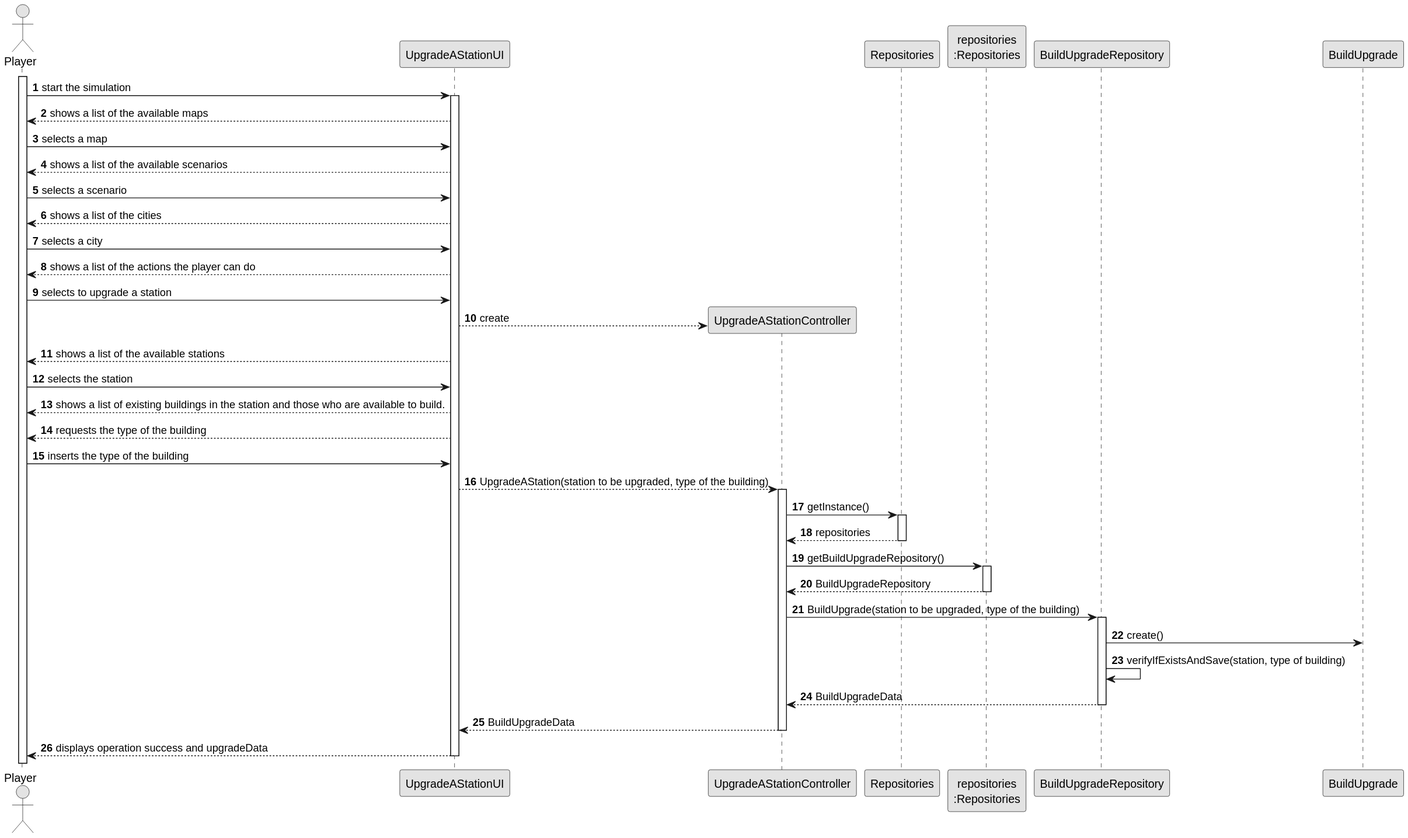
This is docs/sprint2/us005/03.design/svg/us005-sequence-diagram-full.svg from ivasduarte/all-aboard, a PlantUML export, as it was before one commit. Its diagram source:
```plantuml
@startuml
skinparam monochrome true
skinparam packageStyle rectangle
skinparam shadowing false

autonumber

actor "Player" as Editor
participant "UpgradeAStationUI" as UI

activate Editor

Editor -> UI : start the simulation
activate UI

UI --> Editor : shows a list of the available maps
Editor -> UI : selects a map
UI --> Editor : shows a list of the available scenarios
Editor -> UI : selects a scenario
UI --> Editor : shows a list of the cities
Editor -> UI : selects a city
UI --> Editor : shows a list of the actions the player can do
Editor -> UI : selects to upgrade a station

create "UpgradeAStationController" as CTRL
UI --> CTRL : create

participant "Repositories" as RepositorySingleton
participant "repositories\n:Repositories" as PLAT

UI --> Editor : shows a list of the available stations
Editor -> UI : selects the station
UI --> Editor : shows a list of existing buildings in the station and those who are available to build.
UI --> Editor : requests the type of the building
Editor -> UI : inserts the type of the building


UI --> CTRL : UpgradeAStation(station to be upgraded, type of the building)
activate CTRL

CTRL -> RepositorySingleton : getInstance()
activate RepositorySingleton
RepositorySingleton --> CTRL : repositories
deactivate RepositorySingleton

CTRL -> PLAT : getBuildUpgradeRepository()
activate PLAT
PLAT --> CTRL : BuildUpgradeRepository
deactivate PLAT

CTRL -> BuildUpgradeRepository : BuildUpgrade(station to be upgraded, type of the building)
activate BuildUpgradeRepository

create "BuildUpgradeRepository\n:BuildUpgradeRepository" as BuildUpgradeRepository
BuildUpgradeRepository -> BuildUpgrade : create()
BuildUpgradeRepository -> BuildUpgradeRepository : verifyIfExistsAndSave(station, type of building)

BuildUpgradeRepository --> CTRL : BuildUpgradeData
deactivate BuildUpgradeRepository

CTRL --> UI : BuildUpgradeData
deactivate CTRL

UI --> Editor : displays operation success and upgradeData
deactivate UI
@enduml
```
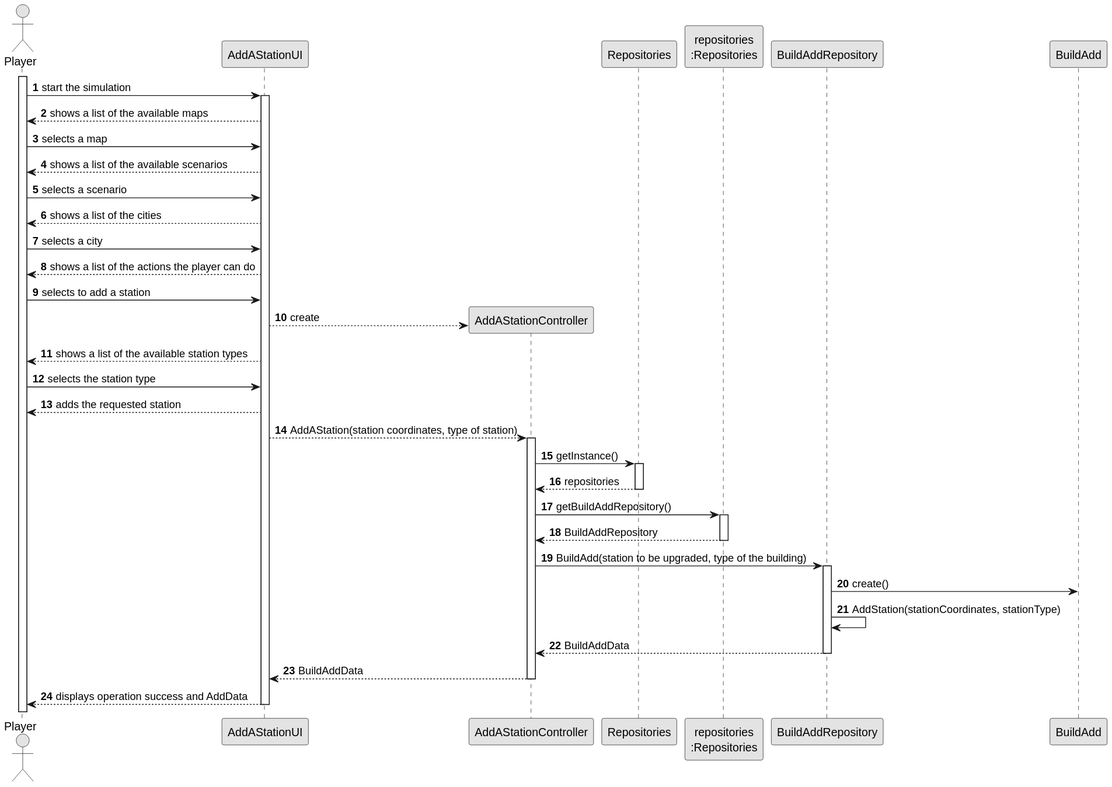
The same diagram one commit later.

Commit message:
US005(docs): Class Diagram Added

Change to the diagram source:
```diff
@@ -6,7 +6,7 @@
 autonumber
 
 actor "Player" as Editor
-participant "UpgradeAStationUI" as UI
+participant "AddAStationUI" as UI
 
 activate Editor
 
@@ -20,22 +20,20 @@
 UI --> Editor : shows a list of the cities
 Editor -> UI : selects a city
 UI --> Editor : shows a list of the actions the player can do
-Editor -> UI : selects to upgrade a station
+Editor -> UI : selects to add a station
 
-create "UpgradeAStationController" as CTRL
+create "AddAStationController" as CTRL
 UI --> CTRL : create
 
 participant "Repositories" as RepositorySingleton
 participant "repositories\n:Repositories" as PLAT
 
-UI --> Editor : shows a list of the available stations
-Editor -> UI : selects the station
-UI --> Editor : shows a list of existing buildings in the station and those who are available to build.
-UI --> Editor : requests the type of the building
-Editor -> UI : inserts the type of the building
+UI --> Editor : shows a list of the available station types
+Editor -> UI : selects the station type
+UI --> Editor : adds the requested station
 
 
-UI --> CTRL : UpgradeAStation(station to be upgraded, type of the building)
+UI --> CTRL : AddAStation(station coordinates, type of station)
 activate CTRL
 
 CTRL -> RepositorySingleton : getInstance()
@@ -43,24 +41,24 @@
 RepositorySingleton --> CTRL : repositories
 deactivate RepositorySingleton
 
-CTRL -> PLAT : getBuildUpgradeRepository()
+CTRL -> PLAT : getBuildAddRepository()
 activate PLAT
-PLAT --> CTRL : BuildUpgradeRepository
+PLAT --> CTRL : BuildAddRepository
 deactivate PLAT
 
-CTRL -> BuildUpgradeRepository : BuildUpgrade(station to be upgraded, type of the building)
-activate BuildUpgradeRepository
+CTRL -> BuildAddRepository : BuildAdd(station to be upgraded, type of the building)
+activate BuildAddRepository
 
-create "BuildUpgradeRepository\n:BuildUpgradeRepository" as BuildUpgradeRepository
-BuildUpgradeRepository -> BuildUpgrade : create()
-BuildUpgradeRepository -> BuildUpgradeRepository : verifyIfExistsAndSave(station, type of building)
+create "BuildAddRepository\n:BuildAddRepository" as BuildAddRepository
+BuildAddRepository -> BuildAdd : create()
+BuildAddRepository -> BuildAddRepository : AddStation(stationCoordinates, stationType)
 
-BuildUpgradeRepository --> CTRL : BuildUpgradeData
-deactivate BuildUpgradeRepository
+BuildAddRepository --> CTRL : BuildAddData
+deactivate BuildAddRepository
 
-CTRL --> UI : BuildUpgradeData
+CTRL --> UI : BuildAddData
 deactivate CTRL
 
-UI --> Editor : displays operation success and upgradeData
+UI --> Editor : displays operation success and AddData
 deactivate UI
 @enduml
```
